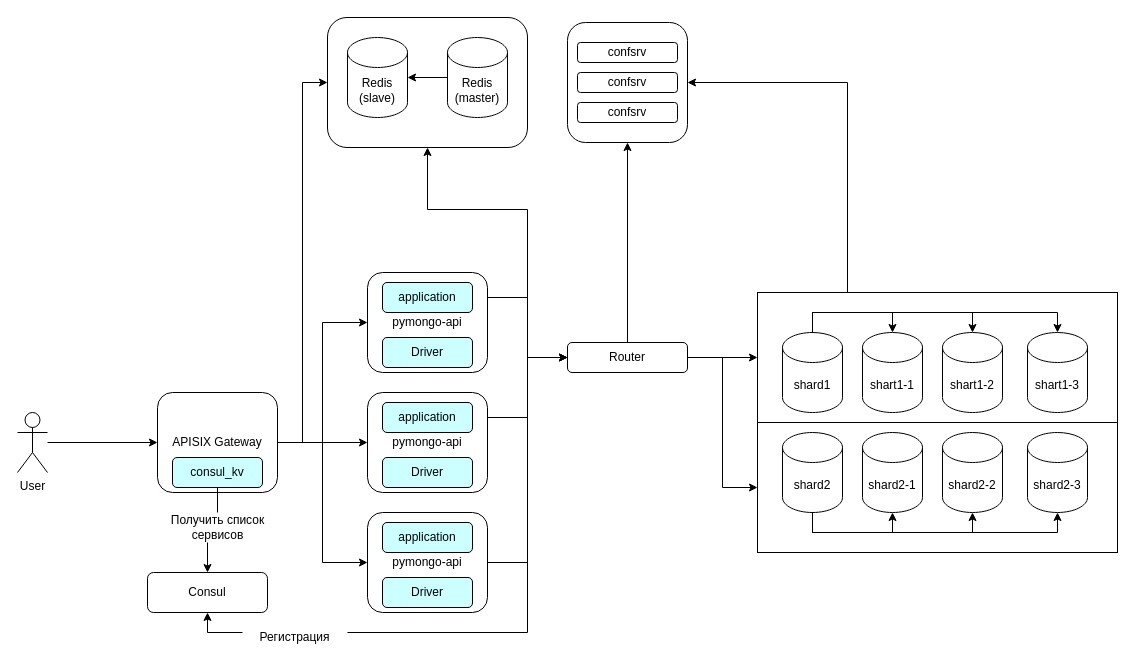
dftyni/architecture-mesto keeps this draw.io diagram as page "Task5" (3 of 4) of schem.drawio. Above is the earlier version. Source tidied: cells renumbered, new cells numbered last; positions are measured from the earlier drawing's top-left corner, leaving out a move shared by most shapes. Both pictures are drawn from the tidied source at 100%, with x=0, y=0 at pixel (17, 17).
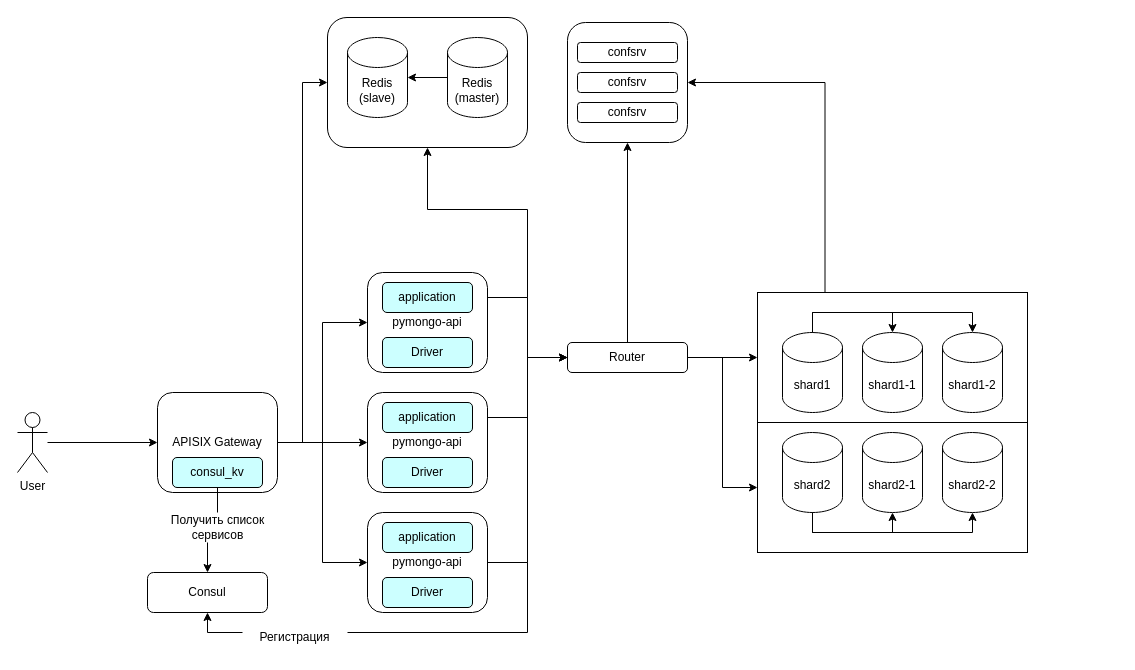
Above is the later version.

Unchanged cells that the change refers to:
```xml
<mxCell id="5" value="&lt;div&gt;shard1&lt;/div&gt;" style="shape=cylinder3;whiteSpace=wrap;html=1;boundedLbl=1;backgroundOutline=1;size=15;" parent="1" vertex="1">
  <mxGeometry x="765" y="315" width="60" height="80" as="geometry" />
</mxCell>
<mxCell id="12" value="&lt;div&gt;shard2&lt;/div&gt;" style="shape=cylinder3;whiteSpace=wrap;html=1;boundedLbl=1;backgroundOutline=1;size=15;" parent="1" vertex="1">
  <mxGeometry x="765" y="415" width="60" height="80" as="geometry" />
</mxCell>
```

Diff of the diagram source:
```diff
@@
     <mxCell id="2" style="rounded=0;whiteSpace=wrap;html=1;" parent="1" vertex="1">
-      <mxGeometry x="740" y="405" width="360" height="130" as="geometry" />
+      <mxGeometry x="740" y="405" width="270" height="130" as="geometry" />
     </mxCell>
     <mxCell id="3" style="rounded=0;whiteSpace=wrap;html=1;" parent="1" vertex="1">
-      <mxGeometry x="740" y="275" width="360" height="130" as="geometry" />
+      <mxGeometry x="740" y="275" width="270" height="130" as="geometry" />
     </mxCell>
@@
-    <mxCell id="10" value="shart1-1" style="shape=cylinder3;whiteSpace=wrap;html=1;boundedLbl=1;backgroundOutline=1;size=15;" parent="1" vertex="1">
+    <mxCell id="10" value="shard1-1" style="shape=cylinder3;whiteSpace=wrap;html=1;boundedLbl=1;backgroundOutline=1;size=15;" parent="1" vertex="1">
       <mxGeometry x="845" y="315" width="60" height="80" as="geometry" />
     </mxCell>
-    <mxCell id="11" value="shart1-2" style="shape=cylinder3;whiteSpace=wrap;html=1;boundedLbl=1;backgroundOutline=1;size=15;" parent="1" vertex="1">
+    <mxCell id="11" value="shard1-2" style="shape=cylinder3;whiteSpace=wrap;html=1;boundedLbl=1;backgroundOutline=1;size=15;" parent="1" vertex="1">
       <mxGeometry x="925" y="315" width="60" height="80" as="geometry" />
     </mxCell>
@@
-    <mxCell id="32" value="shart1-3" style="shape=cylinder3;whiteSpace=wrap;html=1;boundedLbl=1;backgroundOutline=1;size=15;" parent="1" vertex="1">
-      <mxGeometry x="1010" y="315" width="60" height="80" as="geometry" />
-    </mxCell>
-    <mxCell id="33" style="edgeStyle=orthogonalEdgeStyle;rounded=0;jettySize=auto;html=1;entryX=0.5;entryY=0;entryDx=0;entryDy=0;entryPerimeter=0;exitX=0.5;exitY=0;exitDx=0;exitDy=0;exitPerimeter=0;" parent="1" edge="1" source="5" target="32">
-      <mxGeometry relative="1" as="geometry" />
-    </mxCell>
-    <mxCell id="34" value="shard2-3" style="shape=cylinder3;whiteSpace=wrap;html=1;boundedLbl=1;backgroundOutline=1;size=15;" parent="1" vertex="1">
-      <mxGeometry x="1010" y="415" width="60" height="80" as="geometry" />
-    </mxCell>
-    <mxCell id="35" style="edgeStyle=orthogonalEdgeStyle;rounded=0;jettySize=auto;html=1;entryX=0.5;entryY=1;entryDx=0;entryDy=0;entryPerimeter=0;exitX=0.5;exitY=1;exitDx=0;exitDy=0;exitPerimeter=0;" parent="1" edge="1" source="12" target="34">
-      <mxGeometry relative="1" as="geometry" />
-    </mxCell>
```
